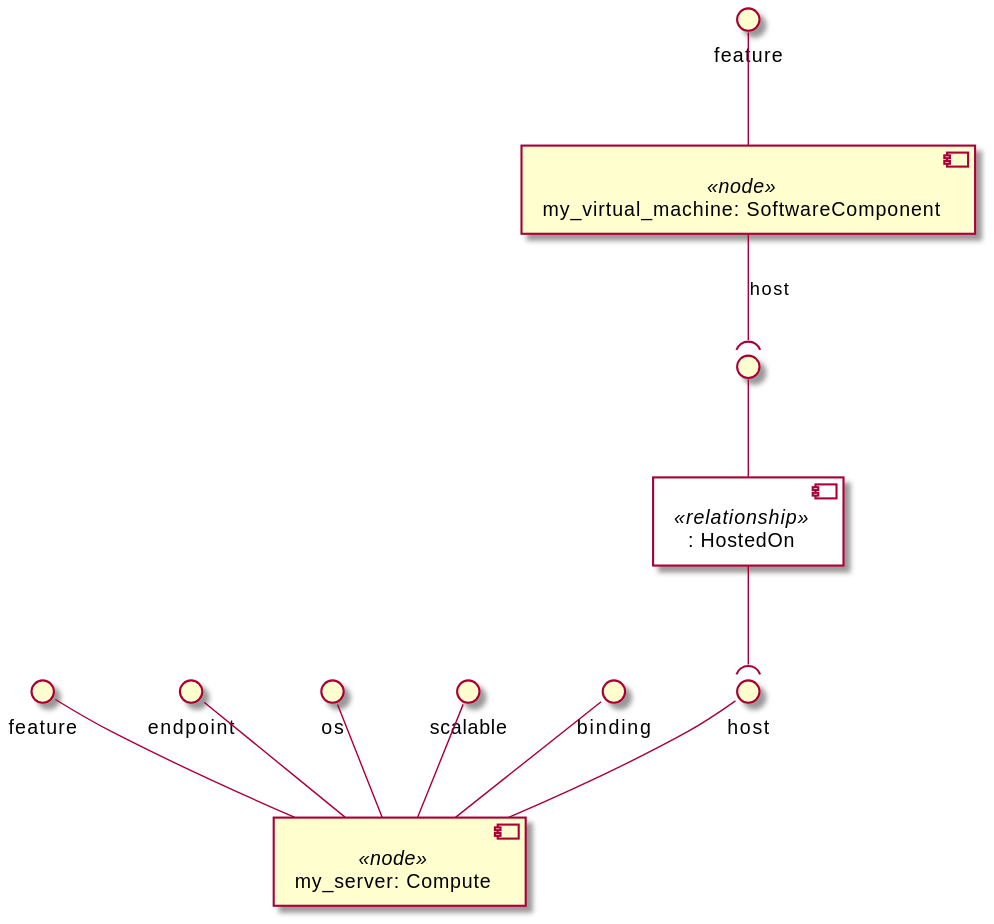
Above: examples/ariatosca/diagrams/uml2/software-component-1-1.0-uml2-component-diagram2.svg in Orange-OpenSource/Cloudnet-TOSCA-toolbox (PlantUML), before the change.
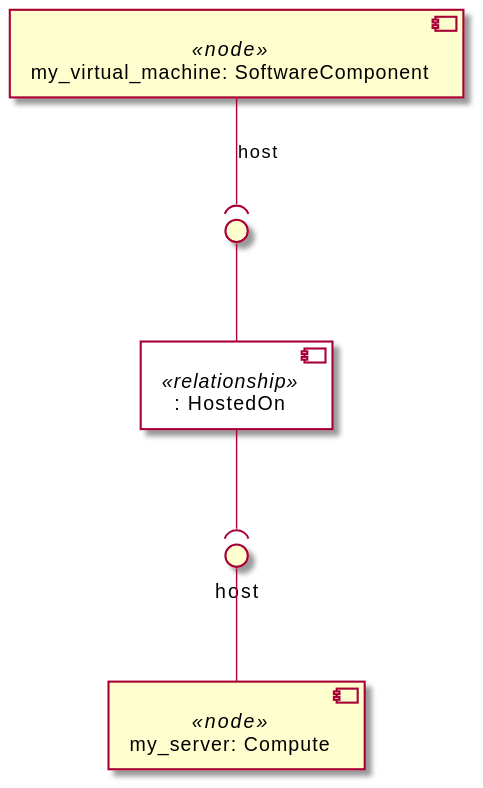
After the commit.

What changed in the source:
```diff
@@ -5,26 +5,14 @@
 }
 
 component "my_virtual_machine: SoftwareComponent" <<node>> as node_my_virtual_machine
-interface "feature" as node_my_virtual_machine_feature
-node_my_virtual_machine_feature -- node_my_virtual_machine
 component ": HostedOn" <<relationship>> as node_my_virtual_machine_host_relationship0
 interface " " as node_my_virtual_machine_host_relationship0_source
 node_my_virtual_machine_host_relationship0_source -- node_my_virtual_machine_host_relationship0
 node_my_virtual_machine --( node_my_virtual_machine_host_relationship0_source : host
 
 component "my_server: Compute" <<node>> as node_my_server
-interface "feature" as node_my_server_feature
-node_my_server_feature -- node_my_server
 interface "host" as node_my_server_host
 node_my_server_host -- node_my_server
-interface "endpoint" as node_my_server_endpoint
-node_my_server_endpoint -- node_my_server
-interface "os" as node_my_server_os
-node_my_server_os -- node_my_server
-interface "scalable" as node_my_server_scalable
-node_my_server_scalable -- node_my_server
-interface "binding" as node_my_server_binding
-node_my_server_binding -- node_my_server
 
 node_my_virtual_machine_host_relationship0 --( node_my_server_host
 @enduml
```
